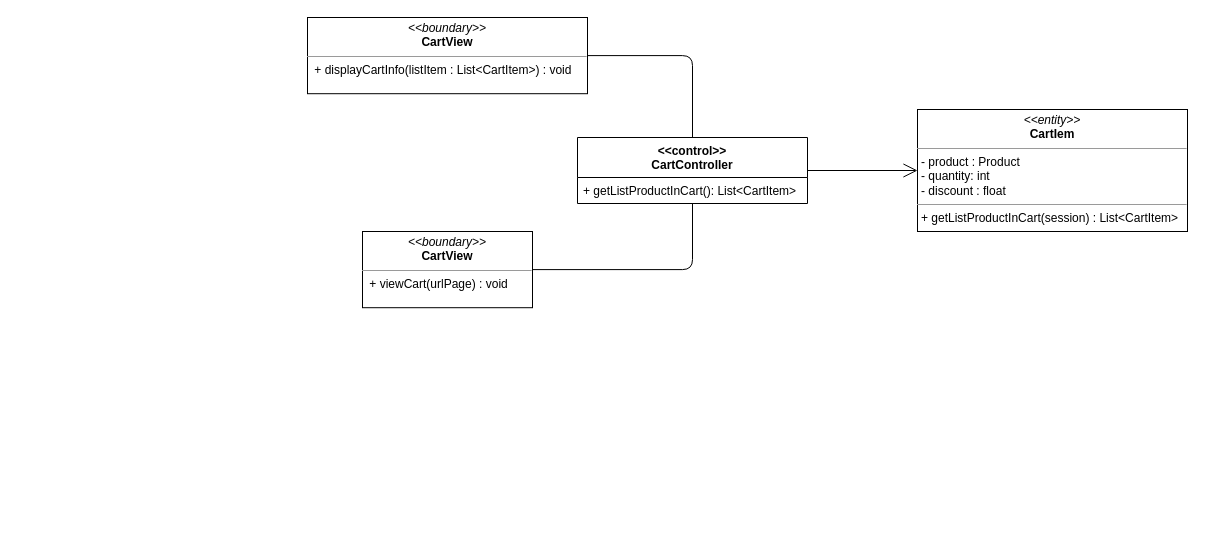
Before: class diagram/view-cart-class-diagram.drawio in nguyenphamvan/datn_20202, a draw.io diagram. Source tidied: cells renumbered, new cells numbered last; positions are measured from the earlier drawing's top-left corner, leaving out a move shared by most shapes. Both pictures are drawn from the tidied source at 100%, with x=0, y=0 at pixel (307, 17).
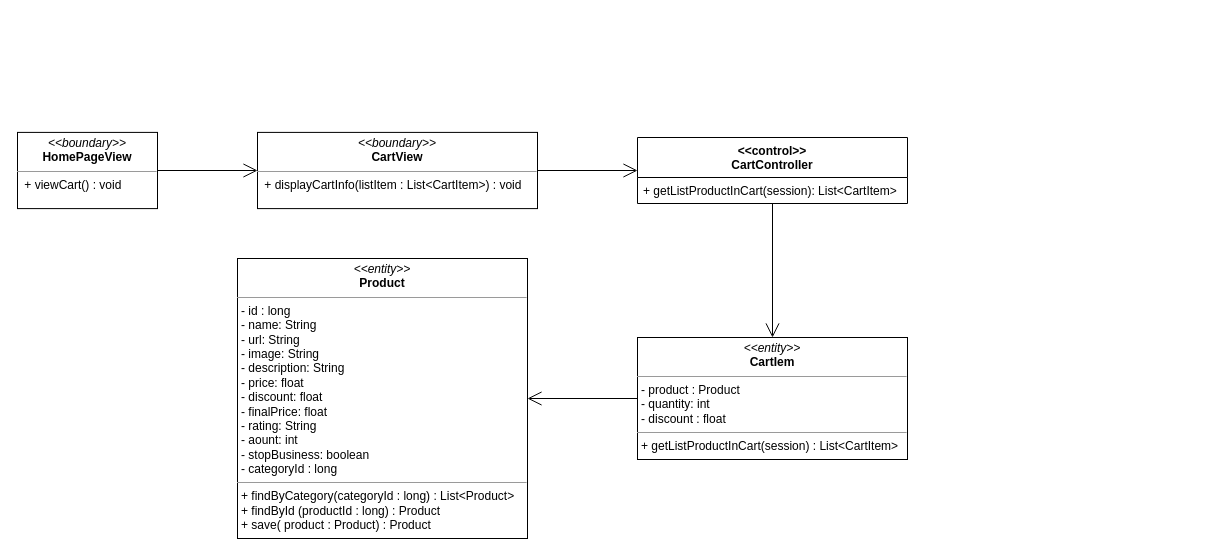
The same diagram, later.

The edit, as a diff of the source:
```diff
@@
 <mxGraphModel>
   <root>
     <mxCell id="0" />
     <mxCell id="1" parent="0" />
     <mxCell id="2" value="&lt;p style=&quot;margin: 0px ; margin-top: 4px ; text-align: center&quot;&gt;&lt;i&gt;&amp;lt;&amp;lt;boundary&amp;gt;&amp;gt;&lt;/i&gt;&lt;br&gt;&lt;b&gt;CartView&lt;/b&gt;&lt;/p&gt;&lt;hr size=&quot;1&quot;&gt;&lt;p style=&quot;margin: 0px ; margin-left: 4px&quot;&gt;&lt;span&gt;&amp;nbsp;+ displayCartInfo(listItem : List&amp;lt;CartItem&amp;gt;) : void&lt;br&gt;&lt;/span&gt;&lt;/p&gt;" style="verticalAlign=top;align=left;overflow=fill;fontSize=12;fontFamily=Helvetica;html=1;" parent="1" vertex="1">
-      <mxGeometry width="280" height="76.2" as="geometry" />
+      <mxGeometry x="-50" y="114.9" width="280" height="76.2" as="geometry" />
     </mxCell>
-    <mxCell id="3" style="endArrow=none;html=1;edgeStyle=orthogonalEdgeStyle;exitX=1;exitY=0.5;exitDx=0;exitDy=0;" parent="1" edge="1" source="2" target="5">
-      <mxGeometry relative="1" as="geometry" />
-    </mxCell>
     <mxCell id="4" value="&lt;p style=&quot;margin: 0px ; margin-top: 4px ; text-align: center&quot;&gt;&lt;i&gt;&amp;lt;&amp;lt;entity&amp;gt;&amp;gt;&lt;/i&gt;&lt;br&gt;&lt;b&gt;CartIem&lt;/b&gt;&lt;/p&gt;&lt;hr size=&quot;1&quot;&gt;&lt;p style=&quot;margin: 0px ; margin-left: 4px&quot;&gt;- product : Product&lt;/p&gt;&lt;p style=&quot;margin: 0px ; margin-left: 4px&quot;&gt;- quantity: int&lt;br&gt;- discount : float&lt;/p&gt;&lt;hr size=&quot;1&quot;&gt;&lt;p style=&quot;margin: 0px ; margin-left: 4px&quot;&gt;+ getListProductInCart(session) : List&amp;lt;CartItem&amp;gt;&lt;br&gt;&lt;/p&gt;" style="verticalAlign=top;align=left;overflow=fill;fontSize=12;fontFamily=Helvetica;html=1;" parent="1" vertex="1">
-      <mxGeometry x="610" y="92" width="270" height="122" as="geometry" />
+      <mxGeometry x="330" y="320" width="270" height="122" as="geometry" />
     </mxCell>
     <mxCell id="5" value="&lt;&lt;control&gt;&gt;&#10;CartController" style="swimlane;fontStyle=1;align=center;verticalAlign=top;horizontal=1;startSize=40;" parent="1" vertex="1">
-      <mxGeometry x="270" y="120" width="230" height="66" as="geometry" />
+      <mxGeometry x="330" y="120" width="270" height="66" as="geometry" />
     </mxCell>
-    <mxCell id="6" value="+ getListProductInCart(): List&lt;CartItem&gt;" style="text;strokeColor=none;fillColor=none;align=left;verticalAlign=top;spacingLeft=4;spacingRight=4;overflow=hidden;" parent="5" vertex="1">
-      <mxGeometry y="40" width="230" height="26" as="geometry" />
+    <mxCell id="6" value="+ getListProductInCart(session): List&lt;CartItem&gt;" style="text;strokeColor=none;fillColor=none;align=left;verticalAlign=top;spacingLeft=4;spacingRight=4;overflow=hidden;" parent="5" vertex="1">
+      <mxGeometry y="40" width="270" height="26" as="geometry" />
     </mxCell>
     <mxCell id="7" style="endArrow=open;endFill=1;endSize=12;html=1;" parent="1" edge="1" source="5" target="4">
       <mxGeometry relative="1" as="geometry" />
     </mxCell>
-    <mxCell id="8" value="&lt;p style=&quot;margin: 0px ; margin-top: 4px ; text-align: center&quot;&gt;&lt;i&gt;&amp;lt;&amp;lt;boundary&amp;gt;&amp;gt;&lt;/i&gt;&lt;br&gt;&lt;b&gt;CartView&lt;/b&gt;&lt;/p&gt;&lt;hr size=&quot;1&quot;&gt;&lt;p style=&quot;margin: 0px ; margin-left: 4px&quot;&gt;&lt;span&gt;&amp;nbsp;+ viewCart(urlPage) : void&lt;br&gt;&lt;/span&gt;&lt;/p&gt;" style="verticalAlign=top;align=left;overflow=fill;fontSize=12;fontFamily=Helvetica;html=1;" parent="1" vertex="1">
-      <mxGeometry x="55" y="214" width="170" height="76.2" as="geometry" />
+    <mxCell id="8" value="&lt;p style=&quot;margin: 0px ; margin-top: 4px ; text-align: center&quot;&gt;&lt;i&gt;&amp;lt;&amp;lt;boundary&amp;gt;&amp;gt;&lt;/i&gt;&lt;br&gt;&lt;b&gt;HomePageView&lt;/b&gt;&lt;/p&gt;&lt;hr size=&quot;1&quot;&gt;&lt;p style=&quot;margin: 0px ; margin-left: 4px&quot;&gt;&lt;span&gt;&amp;nbsp;+ viewCart() : void&lt;br&gt;&lt;/span&gt;&lt;/p&gt;" style="verticalAlign=top;align=left;overflow=fill;fontSize=12;fontFamily=Helvetica;html=1;" parent="1" vertex="1">
+      <mxGeometry x="-290" y="114.9" width="140" height="76.2" as="geometry" />
     </mxCell>
-    <mxCell id="9" style="endArrow=none;html=1;edgeStyle=orthogonalEdgeStyle;" parent="1" edge="1" source="8" target="5">
-      <mxGeometry relative="1" as="geometry" />
-    </mxCell>
+    <mxCell id="10" style="endArrow=open;endFill=1;endSize=12;html=1;" parent="1" edge="1" source="8" target="2">
+      <mxGeometry relative="1" as="geometry" />
+    </mxCell>
+    <mxCell id="3" style="endArrow=open;endFill=1;endSize=12;html=1;" parent="1" edge="1" source="2" target="5">
+      <mxGeometry relative="1" as="geometry" />
+    </mxCell>
+    <mxCell id="11" value="&lt;p style=&quot;margin: 0px ; margin-top: 4px ; text-align: center&quot;&gt;&lt;i&gt;&amp;lt;&amp;lt;entity&amp;gt;&amp;gt;&lt;/i&gt;&lt;br&gt;&lt;b&gt;Product&lt;/b&gt;&lt;/p&gt;&lt;hr size=&quot;1&quot;&gt;&lt;p style=&quot;margin: 0px ; margin-left: 4px&quot;&gt;- id : long&lt;/p&gt;&lt;p style=&quot;margin: 0px ; margin-left: 4px&quot;&gt;- name: String&lt;br&gt;- url: String&lt;/p&gt;&lt;p style=&quot;margin: 0px ; margin-left: 4px&quot;&gt;- image: String&lt;/p&gt;&lt;p style=&quot;margin: 0px ; margin-left: 4px&quot;&gt;- description: String&lt;/p&gt;&lt;p style=&quot;margin: 0px ; margin-left: 4px&quot;&gt;- price: float&lt;/p&gt;&lt;p style=&quot;margin: 0px ; margin-left: 4px&quot;&gt;- discount: float&lt;/p&gt;&lt;p style=&quot;margin: 0px ; margin-left: 4px&quot;&gt;- finalPrice: float&lt;/p&gt;&lt;p style=&quot;margin: 0px ; margin-left: 4px&quot;&gt;- rating: String&lt;/p&gt;&lt;p style=&quot;margin: 0px ; margin-left: 4px&quot;&gt;- aount: int&lt;/p&gt;&lt;p style=&quot;margin: 0px ; margin-left: 4px&quot;&gt;- stopBusiness: boolean&lt;/p&gt;&lt;p style=&quot;margin: 0px ; margin-left: 4px&quot;&gt;- categoryId : long&lt;/p&gt;&lt;hr size=&quot;1&quot;&gt;&lt;p style=&quot;margin: 0px 0px 0px 4px&quot;&gt;+ findByCategory(categoryId : long) : List&amp;lt;Product&amp;gt;&lt;/p&gt;&lt;p style=&quot;margin: 0px 0px 0px 4px&quot;&gt;+ findById (productId : long) : Product&lt;/p&gt;&lt;p style=&quot;margin: 0px 0px 0px 4px&quot;&gt;+ save( product : Product) : Product&lt;/p&gt;" style="verticalAlign=top;align=left;overflow=fill;fontSize=12;fontFamily=Helvetica;html=1;" parent="1" vertex="1">
+      <mxGeometry x="-70" y="241" width="290" height="280" as="geometry" />
+    </mxCell>
+    <mxCell id="12" style="endArrow=open;endFill=1;endSize=12;html=1;" parent="1" edge="1" source="4" target="11">
+      <mxGeometry relative="1" as="geometry" />
+    </mxCell>
   </root>
 </mxGraphModel>
```
